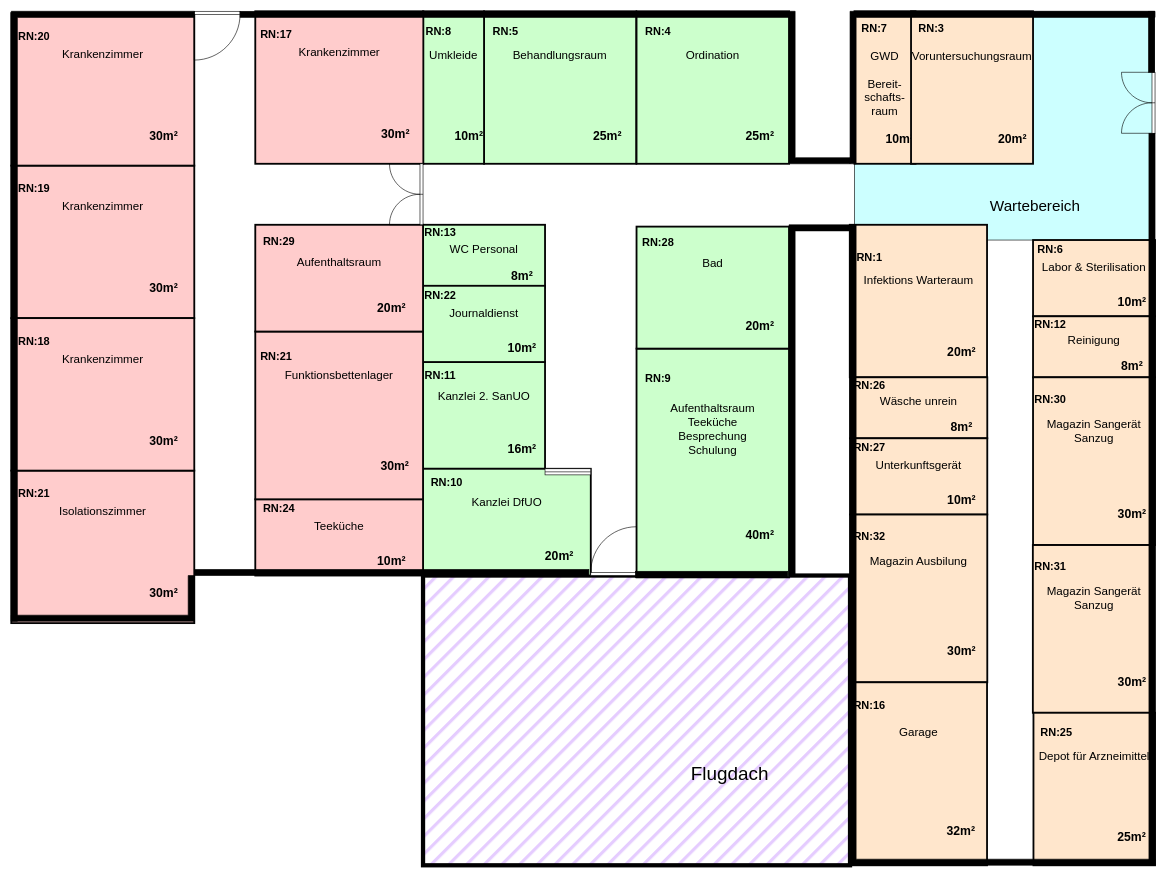
Before: Unbenanntes Diagramm.drawio in Yeetmoser/asd, a draw.io diagram. Source tidied: cells renumbered, new cells numbered last; positions are measured from the earlier drawing's top-left corner, leaving out a move shared by most shapes. Both pictures are drawn from the tidied source at 61%, with x=0, y=0 at pixel (11, 11).
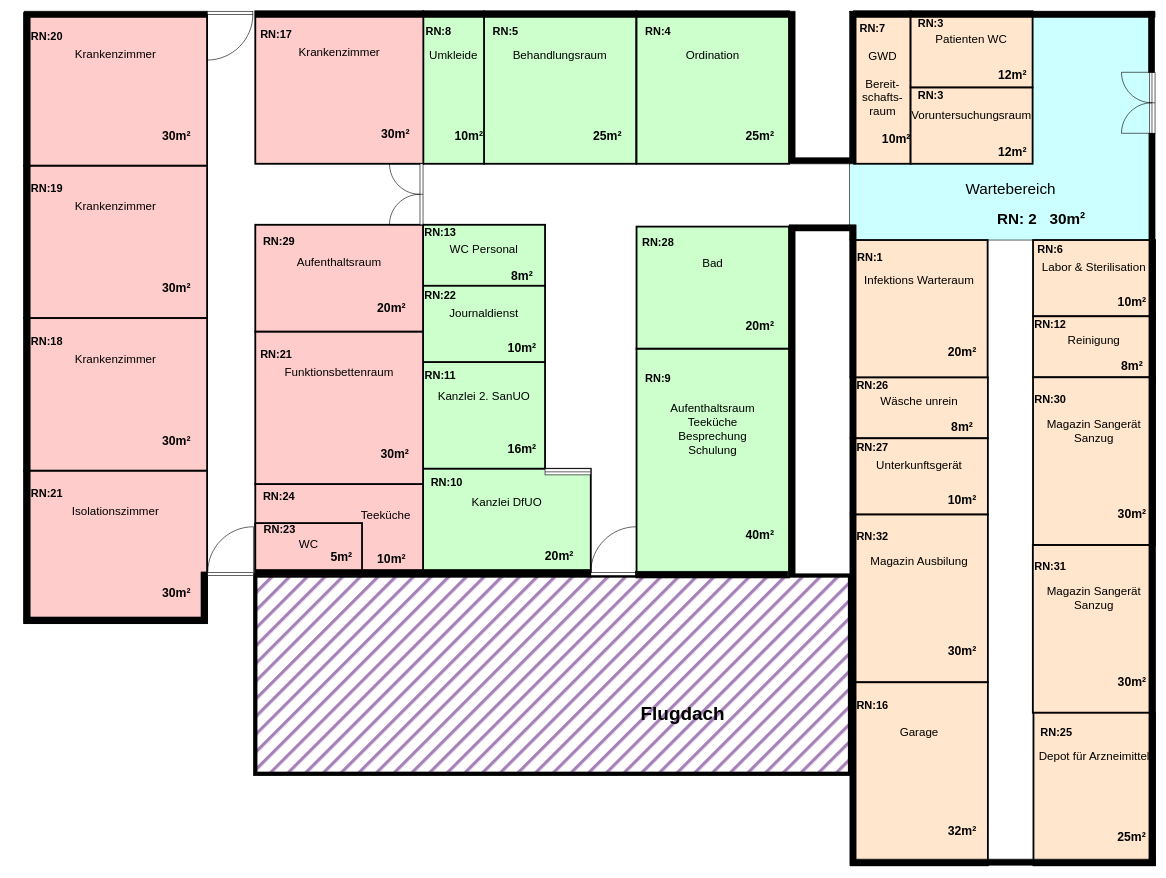
After the change.

What changed in the source:
```diff
@@
-    <mxCell id="2" style="rounded=0;whiteSpace=wrap;html=1;fillStyle=hatch;fontSize=25;fillColor=#E5CCFF;gradientColor=none;strokeWidth=7;" parent="1" vertex="1">
-      <mxGeometry x="675" y="925" width="700" height="475" as="geometry" />
-    </mxCell>
     <mxCell id="3" style="group;" parent="1" vertex="1">
-      <mxGeometry x="1382.3" width="492" height="375" as="geometry" />
+      <mxGeometry x="1374.3" width="500" height="375" as="geometry" />
     </mxCell>
+    <mxCell id="169" style="group;" parent="3" vertex="1">
+      <mxGeometry width="492" height="375" as="geometry" />
+    </mxCell>
-    <mxCell id="4" style="rounded=0;whiteSpace=wrap;html=1;fillStyle=solid;fillColor=#CCFFFF;gradientColor=none;" parent="3" vertex="1">
+    <mxCell id="4" style="rounded=0;whiteSpace=wrap;html=1;fillStyle=solid;fillColor=#CCFFFF;gradientColor=none;" parent="169" vertex="1">
       <mxGeometry width="492" height="375" as="geometry" />
     </mxCell>
-    <mxCell id="5" value="Wartebereich" style="text;html=1;strokeColor=none;fillColor=none;align=center;verticalAlign=middle;whiteSpace=wrap;rounded=0;fillStyle=solid;fontSize=25;" parent="3" vertex="1">
-      <mxGeometry x="175" y="303" width="242.7" height="30" as="geometry" />
+    <mxCell id="5" value="Wartebereich" style="text;html=1;strokeColor=none;fillColor=none;align=center;verticalAlign=middle;whiteSpace=wrap;rounded=0;fillStyle=solid;fontSize=25;" parent="169" vertex="1">
+      <mxGeometry x="142.7" y="275" width="242.7" height="30" as="geometry" />
     </mxCell>
+    <mxCell id="170" value="RN: 2&amp;nbsp;&amp;nbsp; 30m²" style="text;html=1;strokeColor=none;fillColor=none;align=center;verticalAlign=middle;whiteSpace=wrap;rounded=0;fillStyle=solid;fontSize=25;fontStyle=1;" parent="169" vertex="1">
+      <mxGeometry x="192.7" y="325" width="242.7" height="30" as="geometry" />
+    </mxCell>
+    <mxCell id="171" style="group;" parent="169" vertex="1">
+      <mxGeometry x="7.3" width="92.7" height="250" as="geometry" />
+    </mxCell>
+    <mxCell id="7" style="rounded=0;whiteSpace=wrap;html=1;fillStyle=auto;strokeWidth=3;fillColor=#ffe6cc;strokeColor=#030303;" parent="171" vertex="1">
+      <mxGeometry width="92.7" height="250" as="geometry" />
+    </mxCell>
-    <mxCell id="6" style="group;" parent="1" vertex="1">
-      <mxGeometry x="1382.3" width="100" height="250" as="geometry" />
+    <mxCell id="6" style="group;" parent="171" vertex="1">
+      <mxGeometry width="92.7" height="250" as="geometry" />
     </mxCell>
-    <mxCell id="7" style="rounded=0;whiteSpace=wrap;html=1;fillStyle=auto;strokeWidth=3;fillColor=#ffe6cc;strokeColor=#030303;" parent="6" vertex="1">
-      <mxGeometry width="100" height="250" as="geometry" />
-    </mxCell>
     <mxCell id="8" value="&lt;div&gt;GWD&lt;/div&gt;&lt;div&gt;&lt;br&gt;&lt;/div&gt;&lt;div&gt;Bereit-&lt;/div&gt;&lt;div&gt;schafts-&lt;/div&gt;&lt;div&gt;raum&lt;br&gt;&lt;/div&gt;" style="text;html=1;strokeColor=none;fillColor=none;align=center;verticalAlign=top;whiteSpace=wrap;rounded=0;fillStyle=auto;strokeWidth=3;fontSize=19;" parent="6" vertex="1">
-      <mxGeometry y="55.6" width="100" height="138.9" as="geometry" />
+      <mxGeometry y="55.6" width="92.7" height="138.9" as="geometry" />
     </mxCell>
     <mxCell id="9" value="RN:7" style="text;html=1;strokeColor=none;fillColor=none;align=center;verticalAlign=middle;whiteSpace=wrap;rounded=0;fillStyle=auto;strokeWidth=3;fontSize=18;fontStyle=1;" parent="6" vertex="1">
-      <mxGeometry x="8" width="50" height="55.6" as="geometry" />
+      <mxGeometry x="7.4" width="46.3" height="55.6" as="geometry" />
     </mxCell>
     <mxCell id="10" value="10m²" style="text;html=1;strokeColor=none;fillColor=none;align=center;verticalAlign=middle;whiteSpace=wrap;rounded=0;fillStyle=auto;strokeWidth=3;fontSize=20;fontStyle=1;" parent="6" vertex="1">
-      <mxGeometry x="50" y="166.7" width="50" height="83.3" as="geometry" />
+      <mxGeometry x="46.3" y="166.7" width="46.3" height="83.3" as="geometry" />
     </mxCell>
-    <mxCell id="11" style="group;" parent="1" vertex="1">
-      <mxGeometry x="1475" width="200" height="250" as="geometry" />
-    </mxCell>
-    <mxCell id="12" style="rounded=0;whiteSpace=wrap;html=1;fillStyle=auto;strokeWidth=3;fillColor=#ffe6cc;strokeColor=#030303;" parent="11" vertex="1">
-      <mxGeometry width="200" height="250" as="geometry" />
-    </mxCell>
-    <mxCell id="13" value="&lt;div style=&quot;font-size: 19px;&quot;&gt;Voruntersuchungsraum&lt;/div&gt;&lt;div style=&quot;font-size: 19px;&quot;&gt;&lt;br&gt;&lt;/div&gt;" style="text;html=1;strokeColor=none;fillColor=none;align=center;verticalAlign=top;whiteSpace=wrap;rounded=0;fillStyle=auto;strokeWidth=3;fontSize=19;" parent="11" vertex="1">
-      <mxGeometry y="55.6" width="200" height="138.9" as="geometry" />
-    </mxCell>
-    <mxCell id="14" value="RN:3" style="text;html=1;strokeColor=none;fillColor=none;align=center;verticalAlign=middle;whiteSpace=wrap;rounded=0;fillStyle=auto;strokeWidth=3;fontSize=18;fontStyle=1;" parent="11" vertex="1">
-      <mxGeometry width="66.7" height="55.6" as="geometry" />
-    </mxCell>
-    <mxCell id="15" value="20m²" style="text;html=1;strokeColor=none;fillColor=none;align=center;verticalAlign=middle;whiteSpace=wrap;rounded=0;fillStyle=auto;strokeWidth=3;fontSize=20;fontStyle=1;" parent="11" vertex="1">
-      <mxGeometry x="133.3" y="166.7" width="66.7" height="83.3" as="geometry" />
-    </mxCell>
-    <mxCell id="16" style="group;" parent="1" vertex="1">
-      <mxGeometry x="1375" y="375" width="225" height="325" as="geometry" />
-    </mxCell>
-    <mxCell id="17" style="rounded=0;whiteSpace=wrap;html=1;fillStyle=auto;strokeWidth=3;fillColor=#ffe6cc;strokeColor=#030303;" parent="16" vertex="1">
-      <mxGeometry x="-0.4" y="-25" width="225" height="250" as="geometry" />
-    </mxCell>
-    <mxCell id="18" value="Infektions Warteraum" style="text;html=1;strokeColor=none;fillColor=none;align=center;verticalAlign=top;whiteSpace=wrap;rounded=0;fillStyle=auto;strokeWidth=3;fontSize=19;" parent="16" vertex="1">
-      <mxGeometry y="48.4" width="224.6" height="123.8" as="geometry" />
-    </mxCell>
-    <mxCell id="19" value="RN:1" style="text;html=1;strokeColor=none;fillColor=none;align=center;verticalAlign=middle;whiteSpace=wrap;rounded=0;fillStyle=auto;strokeWidth=3;fontSize=18;fontStyle=1;" parent="16" vertex="1">
-      <mxGeometry width="64.1" height="58.5" as="geometry" />
-    </mxCell>
-    <mxCell id="20" value="20m²" style="text;html=1;strokeColor=none;fillColor=none;align=center;verticalAlign=middle;whiteSpace=wrap;rounded=0;fillStyle=auto;strokeWidth=3;fontSize=20;fontStyle=1;" parent="16" vertex="1">
-      <mxGeometry x="140.6" y="139.5" width="84" height="85.5" as="geometry" />
-    </mxCell>
+    <mxCell id="172" style="group;" parent="1" vertex="1">
+      <mxGeometry x="1474.3" width="200" height="125" as="geometry" />
+    </mxCell>
+    <mxCell id="173" style="rounded=0;whiteSpace=wrap;html=1;fillStyle=auto;strokeWidth=3;fillColor=#ffe6cc;strokeColor=#030303;" parent="172" vertex="1">
+      <mxGeometry width="200" height="125" as="geometry" />
+    </mxCell>
+    <mxCell id="174" value="Patienten WC" style="text;html=1;strokeColor=none;fillColor=none;align=center;verticalAlign=top;whiteSpace=wrap;rounded=0;fillStyle=auto;strokeWidth=3;fontSize=19;" parent="172" vertex="1">
+      <mxGeometry y="27.8" width="200" height="69.4" as="geometry" />
+    </mxCell>
+    <mxCell id="175" value="RN:3" style="text;html=1;strokeColor=none;fillColor=none;align=center;verticalAlign=middle;whiteSpace=wrap;rounded=0;fillStyle=auto;strokeWidth=3;fontSize=18;fontStyle=1;" parent="172" vertex="1">
+      <mxGeometry y="6" width="66.7" height="27.8" as="geometry" />
+    </mxCell>
+    <mxCell id="176" value="12m²" style="text;html=1;strokeColor=none;fillColor=none;align=center;verticalAlign=middle;whiteSpace=wrap;rounded=0;fillStyle=auto;strokeWidth=3;fontSize=20;fontStyle=1;" parent="172" vertex="1">
+      <mxGeometry x="133.3" y="83.3" width="66.7" height="41.7" as="geometry" />
+    </mxCell>
-    <mxCell id="21" style="group;" parent="16" vertex="1">
-      <mxGeometry y="225" width="225" height="100" as="geometry" />
+    <mxCell id="21" style="group;" parent="1" vertex="1">
+      <mxGeometry x="1376" y="600" width="225" height="100" as="geometry" />
     </mxCell>
@@
     <mxCell id="24" value="RN:26" style="text;html=1;strokeColor=none;fillColor=none;align=center;verticalAlign=middle;whiteSpace=wrap;rounded=0;fillStyle=auto;strokeWidth=3;fontSize=18;fontStyle=1;" parent="21" vertex="1">
-      <mxGeometry width="64.1" height="26" as="geometry" />
+      <mxGeometry x="4" width="64.1" height="26" as="geometry" />
     </mxCell>
@@
+    <mxCell id="177" style="group;" parent="1" vertex="1">
+      <mxGeometry x="1375.6" y="375" width="225" height="225" as="geometry" />
+    </mxCell>
+    <mxCell id="17" style="rounded=0;whiteSpace=wrap;html=1;fillStyle=auto;strokeWidth=3;fillColor=#ffe6cc;strokeColor=#030303;" parent="177" vertex="1">
+      <mxGeometry width="225" height="225" as="geometry" />
+    </mxCell>
+    <mxCell id="18" value="Infektions Warteraum" style="text;html=1;strokeColor=none;fillColor=none;align=center;verticalAlign=top;whiteSpace=wrap;rounded=0;fillStyle=auto;strokeWidth=3;fontSize=19;" parent="177" vertex="1">
+      <mxGeometry x="0.4" y="48.4" width="224.6" height="123.8" as="geometry" />
+    </mxCell>
+    <mxCell id="19" value="RN:1" style="text;html=1;strokeColor=none;fillColor=none;align=center;verticalAlign=middle;whiteSpace=wrap;rounded=0;fillStyle=auto;strokeWidth=3;fontSize=18;fontStyle=1;" parent="177" vertex="1">
+      <mxGeometry x="0.4" width="64.1" height="58.5" as="geometry" />
+    </mxCell>
+    <mxCell id="20" value="20m²" style="text;html=1;strokeColor=none;fillColor=none;align=center;verticalAlign=middle;whiteSpace=wrap;rounded=0;fillStyle=auto;strokeWidth=3;fontSize=20;fontStyle=1;" parent="177" vertex="1">
+      <mxGeometry x="141" y="139.5" width="84" height="85.5" as="geometry" />
+    </mxCell>
+    <mxCell id="178" style="group;" parent="1" vertex="1">
+      <mxGeometry x="400" y="925" width="975" height="325" as="geometry" />
+    </mxCell>
+    <mxCell id="2" style="rounded=0;whiteSpace=wrap;html=1;fillStyle=hatch;fontSize=25;fillColor=#A680B8;gradientColor=none;strokeWidth=7;" parent="178" vertex="1">
+      <mxGeometry width="975" height="325" as="geometry" />
+    </mxCell>
+    <mxCell id="168" value="Flugdach" style="text;html=1;strokeColor=none;fillColor=none;align=center;verticalAlign=middle;whiteSpace=wrap;rounded=0;fillStyle=hatch;strokeWidth=7;fontSize=31;fontStyle=1;" parent="178" vertex="1">
+      <mxGeometry x="658.8" y="208.9" width="83.6" height="37.1" as="geometry" />
+    </mxCell>
@@
     <mxCell id="77" style="group;" parent="1" vertex="1">
-      <mxGeometry x="1375" y="700" width="225" height="125" as="geometry" />
+      <mxGeometry x="1376" y="700" width="225" height="125" as="geometry" />
     </mxCell>
@@
     <mxCell id="80" value="RN:27" style="text;html=1;strokeColor=none;fillColor=none;align=center;verticalAlign=middle;whiteSpace=wrap;rounded=0;fillStyle=auto;strokeWidth=3;fontSize=18;fontStyle=1;" parent="77" vertex="1">
-      <mxGeometry width="64.1" height="32.5" as="geometry" />
+      <mxGeometry x="4" width="64.1" height="32.5" as="geometry" />
     </mxCell>
@@
     <mxCell id="82" style="group;" parent="1" vertex="1">
-      <mxGeometry x="1375" y="825" width="225" height="275" as="geometry" />
+      <mxGeometry x="1376" y="825" width="225" height="275" as="geometry" />
     </mxCell>
@@
     <mxCell id="85" value="RN:32" style="text;html=1;strokeColor=none;fillColor=none;align=center;verticalAlign=middle;whiteSpace=wrap;rounded=0;fillStyle=auto;strokeWidth=3;fontSize=18;fontStyle=1;" parent="82" vertex="1">
-      <mxGeometry width="64.1" height="71.5" as="geometry" />
+      <mxGeometry x="4" width="64.1" height="71.5" as="geometry" />
     </mxCell>
@@
     <mxCell id="87" style="group;" parent="1" vertex="1">
-      <mxGeometry x="1374.6" y="1100" width="225" height="300" as="geometry" />
+      <mxGeometry x="1376" y="1100" width="225" height="300" as="geometry" />
     </mxCell>
@@
     <mxCell id="90" value="RN:16" style="text;html=1;strokeColor=none;fillColor=none;align=center;verticalAlign=middle;whiteSpace=wrap;rounded=0;fillStyle=auto;strokeWidth=3;fontSize=18;fontStyle=1;" parent="87" vertex="1">
-      <mxGeometry width="64.1" height="78" as="geometry" />
+      <mxGeometry x="4" width="64.1" height="78" as="geometry" />
     </mxCell>
@@
     <mxCell id="113" style="group;" parent="1" vertex="1">
-      <mxGeometry y="753" width="300" height="250" as="geometry" />
+      <mxGeometry x="21" y="753" width="300" height="250" as="geometry" />
     </mxCell>
@@
+    <mxCell id="165" style="verticalLabelPosition=bottom;html=1;verticalAlign=top;align=center;shape=mxgraph.floorplan.wallCorner;fillColor=strokeColor;direction=west;" parent="113" vertex="1">
+      <mxGeometry y="166" width="300" height="84" as="geometry" />
+    </mxCell>
     <mxCell id="118" style="group;" parent="1" vertex="1">
-      <mxGeometry y="253" width="300" height="250" as="geometry" />
+      <mxGeometry x="21" y="253" width="300" height="250" as="geometry" />
     </mxCell>
@@
     <mxCell id="123" style="group;" parent="1" vertex="1">
-      <mxGeometry y="3" width="300" height="250" as="geometry" />
+      <mxGeometry x="21" y="3" width="300" height="250" as="geometry" />
     </mxCell>
@@
     <mxCell id="133" style="group;" parent="1" vertex="1">
-      <mxGeometry y="503" width="300" height="250" as="geometry" />
+      <mxGeometry x="21" y="503" width="300" height="250" as="geometry" />
     </mxCell>
@@
     <mxCell id="138" style="group;" parent="1" vertex="1">
-      <mxGeometry x="400" y="800" width="275" height="125" as="geometry" />
+      <mxGeometry x="400" y="775" width="275" height="150" as="geometry" />
     </mxCell>
     <mxCell id="139" style="rounded=0;whiteSpace=wrap;html=1;fillStyle=auto;strokeWidth=3;fillColor=#FFCCCC;strokeColor=#030303;" parent="138" vertex="1">
-      <mxGeometry width="275" height="125" as="geometry" />
+      <mxGeometry width="275" height="150" as="geometry" />
     </mxCell>
     <mxCell id="140" value="Teeküche" style="text;html=1;strokeColor=none;fillColor=none;align=center;verticalAlign=top;whiteSpace=wrap;rounded=0;fillStyle=auto;strokeWidth=3;fontSize=19;" parent="138" vertex="1">
-      <mxGeometry y="26.9" width="274.5" height="68.8" as="geometry" />
+      <mxGeometry x="153.2" y="33.8" width="121.8" height="82.5" as="geometry" />
     </mxCell>
     <mxCell id="141" value="RN:24" style="text;html=1;strokeColor=none;fillColor=none;align=center;verticalAlign=middle;whiteSpace=wrap;rounded=0;fillStyle=auto;strokeWidth=3;fontSize=18;fontStyle=1;" parent="138" vertex="1">
-      <mxGeometry width="78.4" height="32.5" as="geometry" />
+      <mxGeometry width="78.4" height="39" as="geometry" />
     </mxCell>
     <mxCell id="142" value="10m²" style="text;html=1;strokeColor=none;fillColor=none;align=center;verticalAlign=middle;whiteSpace=wrap;rounded=0;fillStyle=auto;strokeWidth=3;fontSize=20;fontStyle=1;" parent="138" vertex="1">
-      <mxGeometry x="171.9" y="77.5" width="102.7" height="47.5" as="geometry" />
+      <mxGeometry x="171.9" y="93" width="102.7" height="57" as="geometry" />
     </mxCell>
+    <mxCell id="179" style="group;" parent="138" vertex="1">
+      <mxGeometry y="64" width="175" height="80" as="geometry" />
+    </mxCell>
+    <mxCell id="180" style="group;fillColor=#A680B8;" parent="179" vertex="1">
+      <mxGeometry width="175" height="80" as="geometry" />
+    </mxCell>
+    <mxCell id="181" style="rounded=0;whiteSpace=wrap;html=1;fillStyle=auto;strokeWidth=3;fillColor=#FFCCCC;strokeColor=#030303;" parent="179" vertex="1">
+      <mxGeometry width="175" height="87" as="geometry" />
+    </mxCell>
+    <mxCell id="182" value="WC" style="text;html=1;strokeColor=none;fillColor=none;align=center;verticalAlign=top;whiteSpace=wrap;rounded=0;fillStyle=auto;strokeWidth=3;fontSize=19;" parent="179" vertex="1">
+      <mxGeometry x="0.3" y="18" width="174.7" height="44" as="geometry" />
+    </mxCell>
+    <mxCell id="183" value="RN:23" style="text;html=1;strokeColor=none;fillColor=none;align=center;verticalAlign=middle;whiteSpace=wrap;rounded=0;fillStyle=auto;strokeWidth=3;fontSize=18;fontStyle=1;" parent="179" vertex="1">
+      <mxGeometry x="14.5" width="49.9" height="20.8" as="geometry" />
+    </mxCell>
+    <mxCell id="184" value="5m²" style="text;html=1;strokeColor=none;fillColor=none;align=center;verticalAlign=middle;whiteSpace=wrap;rounded=0;fillStyle=auto;strokeWidth=3;fontSize=20;fontStyle=1;" parent="179" vertex="1">
+      <mxGeometry x="109.4" y="39.2" width="65.3" height="30.4" as="geometry" />
+    </mxCell>
     <mxCell id="143" style="group;" parent="1" vertex="1">
-      <mxGeometry x="400" y="525" width="275" height="275" as="geometry" />
+      <mxGeometry x="400" y="525" width="275" height="250" as="geometry" />
     </mxCell>
     <mxCell id="144" style="rounded=0;whiteSpace=wrap;html=1;fillStyle=auto;strokeWidth=3;fillColor=#FFCCCC;strokeColor=#030303;" parent="143" vertex="1">
-      <mxGeometry width="275" height="275" as="geometry" />
+      <mxGeometry width="275" height="250" as="geometry" />
     </mxCell>
-    <mxCell id="145" value="Funktionsbettenlager" style="text;html=1;strokeColor=none;fillColor=none;align=center;verticalAlign=top;whiteSpace=wrap;rounded=0;fillStyle=auto;strokeWidth=3;fontSize=19;" parent="143" vertex="1">
-      <mxGeometry y="55" width="275" height="165" as="geometry" />
+    <mxCell id="145" value="Funktionsbettenraum" style="text;html=1;strokeColor=none;fillColor=none;align=center;verticalAlign=top;whiteSpace=wrap;rounded=0;fillStyle=auto;strokeWidth=3;fontSize=19;" parent="143" vertex="1">
+      <mxGeometry y="50" width="275" height="150" as="geometry" />
     </mxCell>
     <mxCell id="146" value="RN:21" style="text;html=1;strokeColor=none;fillColor=none;align=center;verticalAlign=middle;whiteSpace=wrap;rounded=0;fillStyle=auto;strokeWidth=3;fontSize=18;fontStyle=1;" parent="143" vertex="1">
-      <mxGeometry width="68.8" height="82.5" as="geometry" />
+      <mxGeometry width="68.8" height="75" as="geometry" />
     </mxCell>
     <mxCell id="147" value="30m²" style="text;html=1;strokeColor=none;fillColor=none;align=center;verticalAlign=middle;whiteSpace=wrap;rounded=0;fillStyle=auto;strokeWidth=3;fontSize=20;fontStyle=1;" parent="143" vertex="1">
-      <mxGeometry x="183.3" y="165" width="91.7" height="110" as="geometry" />
+      <mxGeometry x="183.3" y="150" width="91.7" height="100" as="geometry" />
     </mxCell>
@@
     <mxCell id="159" style="verticalLabelPosition=bottom;html=1;verticalAlign=top;align=center;shape=mxgraph.floorplan.doorLeft;" parent="1" vertex="1">
-      <mxGeometry x="300" width="75" height="75" as="geometry" />
+      <mxGeometry x="321" width="75" height="75" as="geometry" />
     </mxCell>
     <mxCell id="160" style="verticalLabelPosition=bottom;html=1;verticalAlign=top;align=center;shape=mxgraph.floorplan.wallCorner;fillColor=strokeColor;" parent="1" vertex="1">
-      <mxGeometry width="300" height="1000" as="geometry" />
+      <mxGeometry x="21" width="300" height="1000" as="geometry" />
     </mxCell>
@@
     <mxCell id="164" style="verticalLabelPosition=bottom;html=1;verticalAlign=top;align=center;shape=mxgraph.floorplan.wall;fillColor=strokeColor;" parent="1" vertex="1">
-      <mxGeometry x="300" y="915" width="646.9" height="10" as="geometry" />
+      <mxGeometry x="400" y="915" width="550" height="10" as="geometry" />
     </mxCell>
-    <mxCell id="165" style="verticalLabelPosition=bottom;html=1;verticalAlign=top;align=center;shape=mxgraph.floorplan.wallCorner;fillColor=strokeColor;direction=west;" parent="1" vertex="1">
-      <mxGeometry y="925" width="300" height="75" as="geometry" />
-    </mxCell>
@@
     <mxCell id="167" style="verticalLabelPosition=bottom;html=1;verticalAlign=top;align=center;shape=mxgraph.floorplan.wall;fillColor=strokeColor;" parent="1" vertex="1">
-      <mxGeometry x="375" width="900" height="10" as="geometry" />
+      <mxGeometry x="400" width="875" height="10" as="geometry" />
     </mxCell>
-    <mxCell id="168" value="Flugdach" style="text;html=1;strokeColor=none;fillColor=none;align=center;verticalAlign=middle;whiteSpace=wrap;rounded=0;fillStyle=hatch;strokeWidth=7;fontSize=31;" parent="1" vertex="1">
-      <mxGeometry x="1148" y="1230" width="60" height="40" as="geometry" />
-    </mxCell>
+    <mxCell id="185" style="verticalLabelPosition=bottom;html=1;verticalAlign=top;align=center;shape=mxgraph.floorplan.doorLeft;rotation=-180;" parent="1" vertex="1">
+      <mxGeometry x="322" y="850" width="75" height="75" as="geometry" />
+    </mxCell>
+    <mxCell id="11" style="group;" parent="1" vertex="1">
+      <mxGeometry x="1474.3" y="125" width="200" height="125" as="geometry" />
+    </mxCell>
+    <mxCell id="12" style="rounded=0;whiteSpace=wrap;html=1;fillStyle=auto;strokeWidth=3;fillColor=#ffe6cc;strokeColor=#030303;" parent="11" vertex="1">
+      <mxGeometry width="200" height="125" as="geometry" />
+    </mxCell>
+    <mxCell id="13" value="&lt;div style=&quot;font-size: 19px;&quot;&gt;Voruntersuchungsraum&lt;/div&gt;&lt;div style=&quot;font-size: 19px;&quot;&gt;&lt;br&gt;&lt;/div&gt;" style="text;html=1;strokeColor=none;fillColor=none;align=center;verticalAlign=top;whiteSpace=wrap;rounded=0;fillStyle=auto;strokeWidth=3;fontSize=19;" parent="11" vertex="1">
+      <mxGeometry y="27.8" width="200" height="69.4" as="geometry" />
+    </mxCell>
+    <mxCell id="14" value="RN:3" style="text;html=1;strokeColor=none;fillColor=none;align=center;verticalAlign=middle;whiteSpace=wrap;rounded=0;fillStyle=auto;strokeWidth=3;fontSize=18;fontStyle=1;" parent="11" vertex="1">
+      <mxGeometry width="66.7" height="27.8" as="geometry" />
+    </mxCell>
+    <mxCell id="15" value="12m²" style="text;html=1;strokeColor=none;fillColor=none;align=center;verticalAlign=middle;whiteSpace=wrap;rounded=0;fillStyle=auto;strokeWidth=3;fontSize=20;fontStyle=1;" parent="11" vertex="1">
+      <mxGeometry x="133.3" y="83.3" width="66.7" height="41.7" as="geometry" />
+    </mxCell>
```
